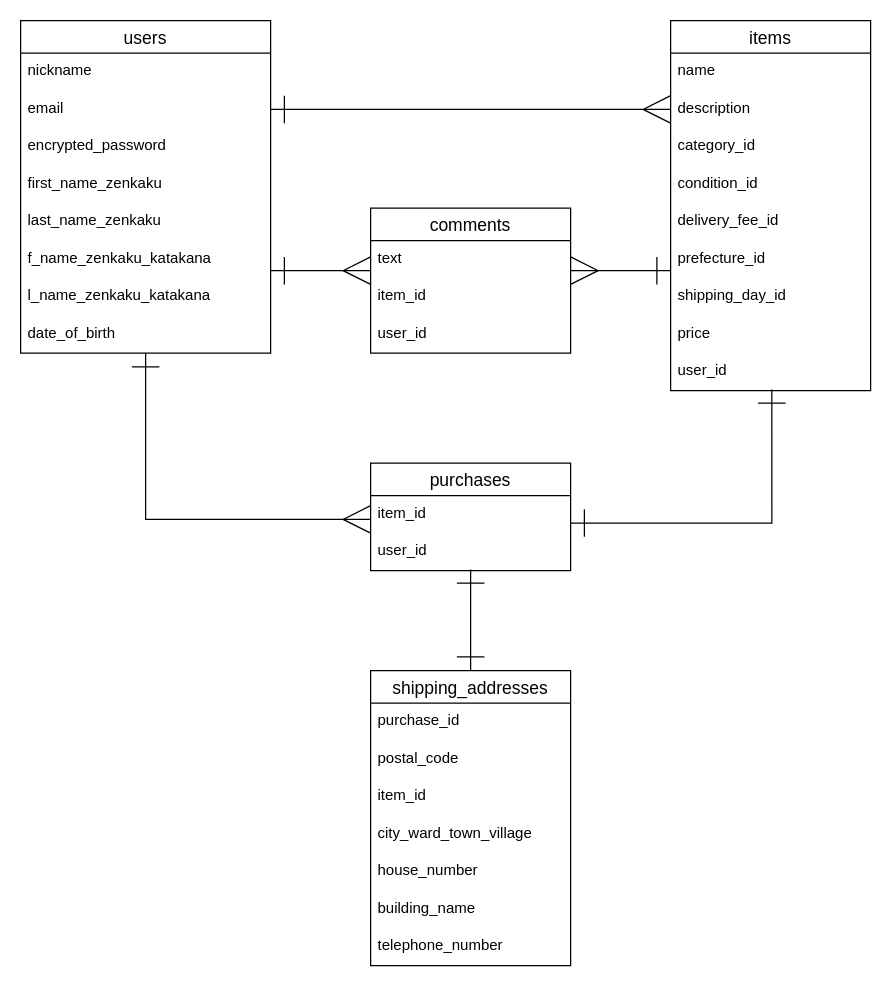
Before: ER.dio in murataholic/furima-36027, a draw.io diagram. Source tidied: cells renumbered, new cells numbered last; positions are measured from the earlier drawing's top-left corner, leaving out a move shared by most shapes. Both pictures are drawn from the tidied source at 125%, with x=0, y=0 at pixel (20, 20).
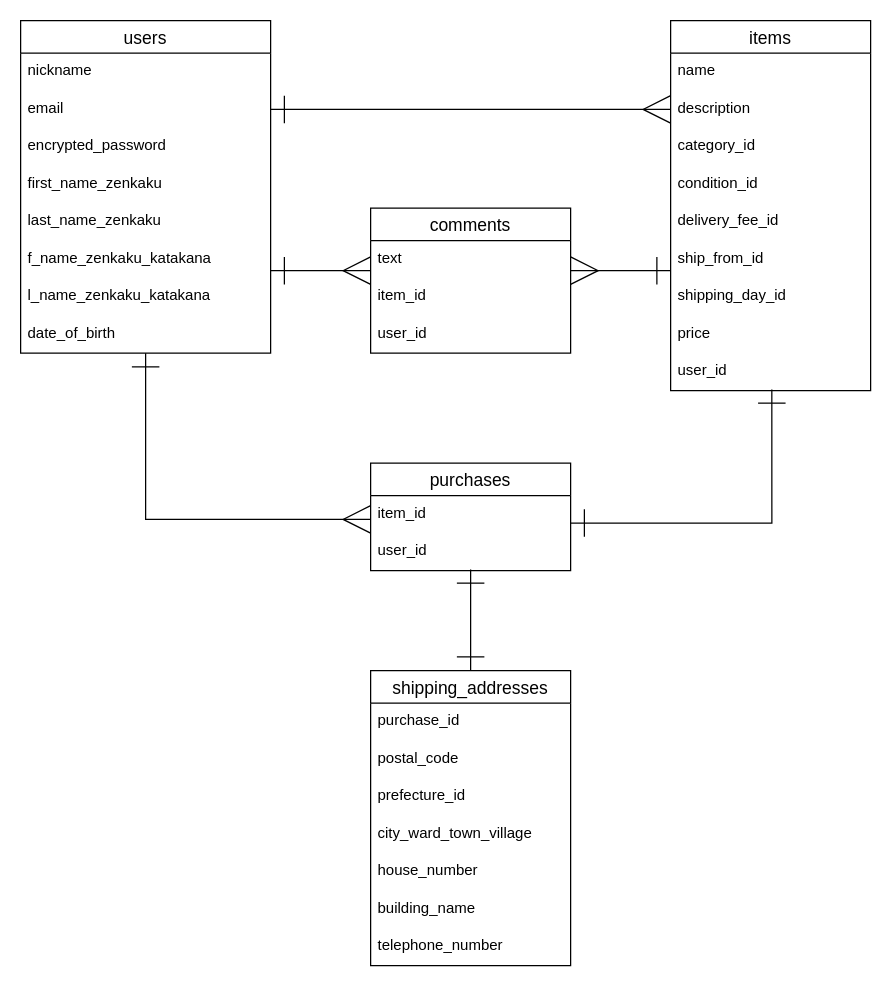
The same page after the edit.

Commit message (it also covers changes not shown here):
データベースの記述（修正３回目）

The change refers to these unchanged cells:
```xml
<mxCell id="11" value="items" style="swimlane;fontStyle=0;horizontal=1;startSize=26;align=center;fontSize=14;" parent="1" vertex="1">
  <mxGeometry x="520" width="160" height="296" as="geometry" />
</mxCell>
<mxCell id="30" value="shipping_addresses" style="swimlane;fontStyle=0;horizontal=1;startSize=26;align=center;fontSize=14;" parent="1" vertex="1">
  <mxGeometry x="280" y="520" width="160" height="236" as="geometry" />
</mxCell>
```

Diff of the diagram source:
```diff
@@
-    <mxCell id="17" value="prefecture_id" style="text;strokeColor=none;fillColor=none;spacingLeft=4;spacingRight=4;overflow=hidden;fontSize=12;" parent="11" vertex="1">
+    <mxCell id="17" value="ship_from_id" style="text;strokeColor=none;fillColor=none;spacingLeft=4;spacingRight=4;overflow=hidden;fontSize=12;" parent="11" vertex="1">
       <mxGeometry y="176" width="160" height="30" as="geometry" />
     </mxCell>
@@
-    <mxCell id="33" value="item_id" style="text;strokeColor=none;fillColor=none;spacingLeft=4;spacingRight=4;overflow=hidden;fontSize=12;" parent="30" vertex="1">
+    <mxCell id="33" value="prefecture_id" style="text;strokeColor=none;fillColor=none;spacingLeft=4;spacingRight=4;overflow=hidden;fontSize=12;" parent="30" vertex="1">
       <mxGeometry y="86" width="160" height="30" as="geometry" />
     </mxCell>
```
